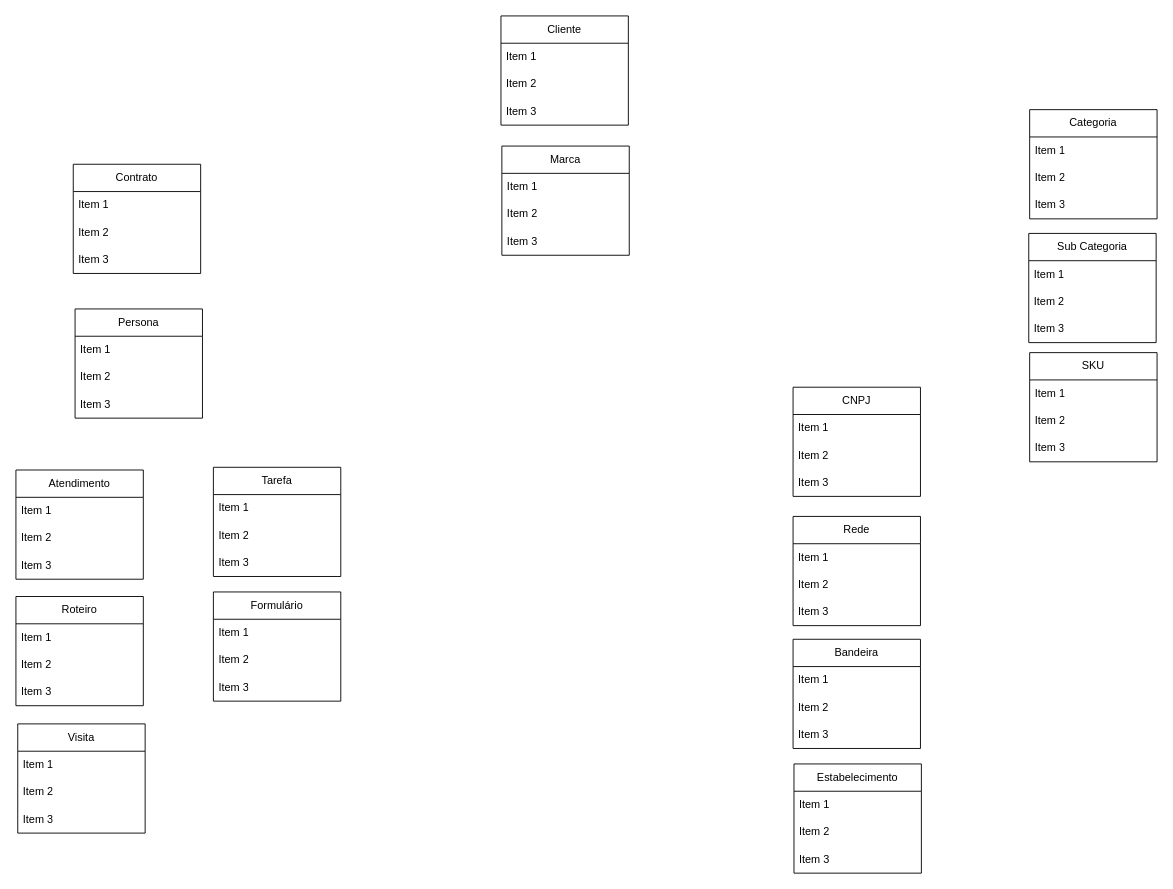
Before: Diagrama sem título.drawio in leosantana5/draw.io, a draw.io diagram. Source tidied: cells renumbered, new cells numbered last; positions are measured from the earlier drawing's top-left corner, leaving out a move shared by most shapes. Both pictures are drawn from the tidied source at 91%, with x=0, y=0 at pixel (15, 15).
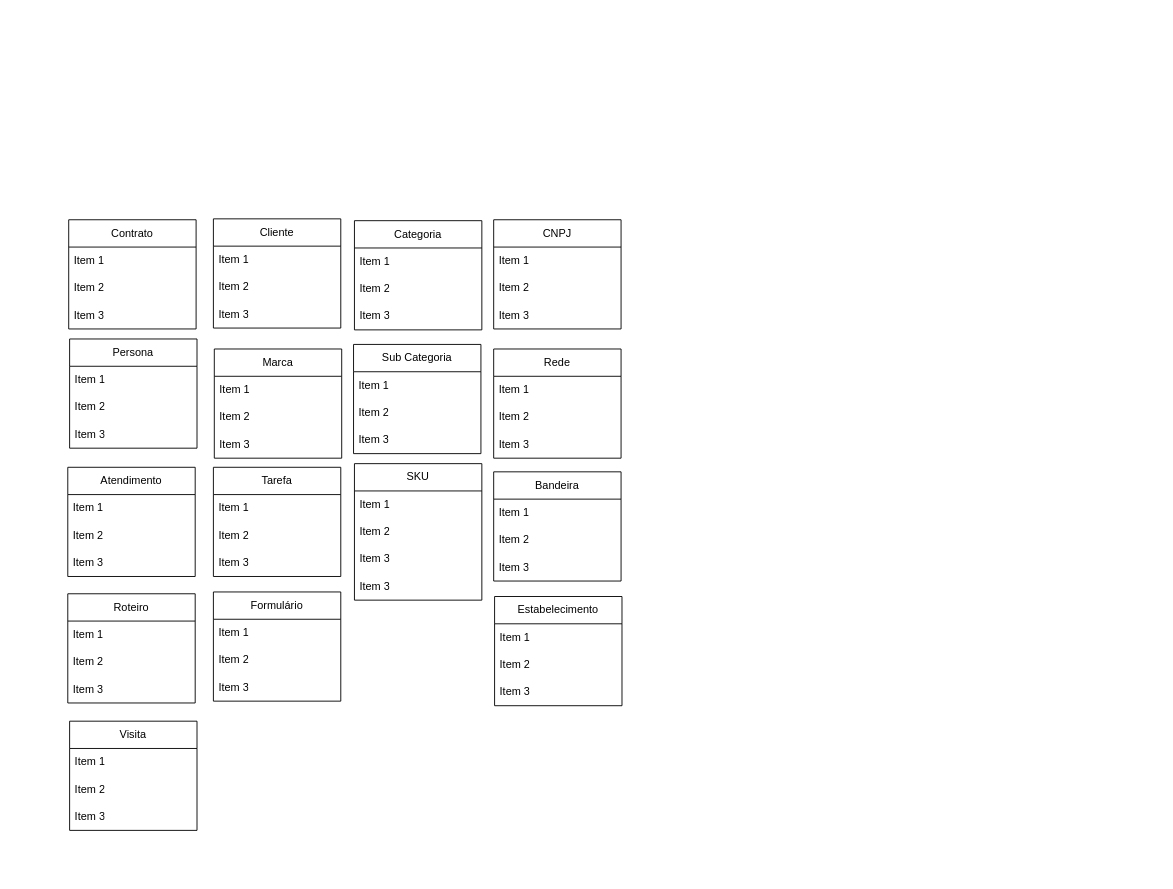
The same page after the edit.

What changed in the source:
```diff
@@
     <mxCell id="2" value="Persona" style="swimlane;fontStyle=0;horizontal=1;startSize=30;whiteSpace=wrap;html=1;" parent="1" vertex="1">
-      <mxGeometry x="65" y="322" width="140" height="120" as="geometry" />
+      <mxGeometry x="59" y="355" width="140" height="120" as="geometry" />
     </mxCell>
@@
     <mxCell id="6" value="Contrato" style="swimlane;fontStyle=0;horizontal=1;startSize=30;whiteSpace=wrap;html=1;" parent="1" vertex="1">
-      <mxGeometry x="63" y="163" width="140" height="120" as="geometry" />
+      <mxGeometry x="58" y="224" width="140" height="120" as="geometry" />
     </mxCell>
@@
     <mxCell id="10" value="Cliente" style="swimlane;fontStyle=0;horizontal=1;startSize=30;whiteSpace=wrap;html=1;" parent="1" vertex="1">
-      <mxGeometry x="533" width="140" height="120" as="geometry" />
+      <mxGeometry x="217" y="223" width="140" height="120" as="geometry" />
     </mxCell>
@@
     <mxCell id="14" value="Marca" style="swimlane;fontStyle=0;horizontal=1;startSize=30;whiteSpace=wrap;html=1;" parent="1" vertex="1">
-      <mxGeometry x="534" y="143" width="140" height="120" as="geometry" />
+      <mxGeometry x="218" y="366" width="140" height="120" as="geometry" />
     </mxCell>
@@
     <mxCell id="18" value="Categoria" style="swimlane;fontStyle=0;horizontal=1;startSize=30;whiteSpace=wrap;html=1;" parent="1" vertex="1">
-      <mxGeometry x="1114" y="103" width="140" height="120" as="geometry" />
+      <mxGeometry x="372" y="225" width="140" height="120" as="geometry" />
     </mxCell>
@@
     <mxCell id="22" value="Sub Categoria" style="swimlane;fontStyle=0;horizontal=1;startSize=30;whiteSpace=wrap;html=1;" parent="1" vertex="1">
-      <mxGeometry x="1113" y="239" width="140" height="120" as="geometry" />
+      <mxGeometry x="371" y="361" width="140" height="120" as="geometry" />
     </mxCell>
@@
     <mxCell id="26" value="SKU" style="swimlane;fontStyle=0;horizontal=1;startSize=30;whiteSpace=wrap;html=1;" parent="1" vertex="1">
-      <mxGeometry x="1114" y="370" width="140" height="120" as="geometry" />
+      <mxGeometry x="372" y="492" width="140" height="150" as="geometry" />
     </mxCell>
@@
+    <mxCell id="66" value="Item 3" style="text;strokeColor=none;fillColor=none;align=left;verticalAlign=middle;spacingLeft=4;spacingRight=4;overflow=hidden;whiteSpace=wrap;html=1;" parent="26" vertex="1">
+      <mxGeometry y="120" width="140" height="30" as="geometry" />
+    </mxCell>
     <mxCell id="30" value="CNPJ" style="swimlane;fontStyle=0;horizontal=1;startSize=30;whiteSpace=wrap;html=1;" parent="1" vertex="1">
-      <mxGeometry x="854" y="408" width="140" height="120" as="geometry" />
+      <mxGeometry x="525" y="224" width="140" height="120" as="geometry" />
     </mxCell>
@@
     <mxCell id="34" value="Rede" style="swimlane;fontStyle=0;horizontal=1;startSize=30;whiteSpace=wrap;html=1;" parent="1" vertex="1">
-      <mxGeometry x="854" y="550" width="140" height="120" as="geometry" />
+      <mxGeometry x="525" y="366" width="140" height="120" as="geometry" />
     </mxCell>
@@
     <mxCell id="38" value="Bandeira" style="swimlane;fontStyle=0;horizontal=1;startSize=30;whiteSpace=wrap;html=1;" parent="1" vertex="1">
-      <mxGeometry x="854" y="685" width="140" height="120" as="geometry" />
+      <mxGeometry x="525" y="501" width="140" height="120" as="geometry" />
     </mxCell>
@@
     <mxCell id="42" value="Estabelecimento" style="swimlane;fontStyle=0;horizontal=1;startSize=30;whiteSpace=wrap;html=1;" parent="1" vertex="1">
-      <mxGeometry x="855" y="822" width="140" height="120" as="geometry" />
+      <mxGeometry x="526" y="638" width="140" height="120" as="geometry" />
     </mxCell>
@@
     <mxCell id="54" value="Atendimento" style="swimlane;fontStyle=0;horizontal=1;startSize=30;whiteSpace=wrap;html=1;" parent="1" vertex="1">
-      <mxGeometry y="499" width="140" height="120" as="geometry" />
+      <mxGeometry x="57" y="496" width="140" height="120" as="geometry" />
     </mxCell>
@@
     <mxCell id="58" value="Roteiro" style="swimlane;fontStyle=0;horizontal=1;startSize=30;whiteSpace=wrap;html=1;" parent="1" vertex="1">
-      <mxGeometry y="638" width="140" height="120" as="geometry" />
+      <mxGeometry x="57" y="635" width="140" height="120" as="geometry" />
     </mxCell>
@@
     <mxCell id="62" value="Visita" style="swimlane;fontStyle=0;horizontal=1;startSize=30;whiteSpace=wrap;html=1;" parent="1" vertex="1">
-      <mxGeometry x="2" y="778" width="140" height="120" as="geometry" />
+      <mxGeometry x="59" y="775" width="140" height="120" as="geometry" />
     </mxCell>
```
